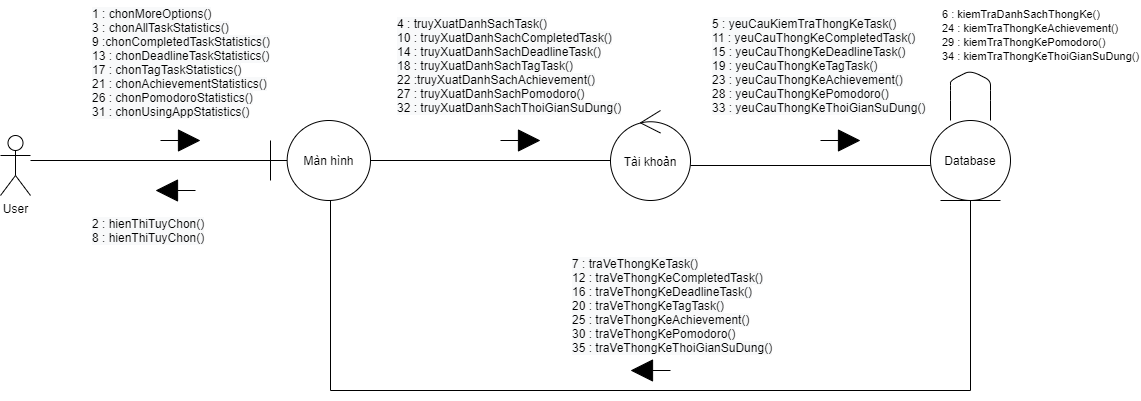
Earlier version of the draw.io export ToDoApp-Doc/Document/Diagram/Collaboration Diagram/Statistics/Statistics_CollaborationDiagram.png (Merevoli-DatLuu/To-Do-App). Source tidied: cells renumbered, new cells last; positions are measured from the earlier drawing's top-left corner, leaving out a move shared by most shapes.
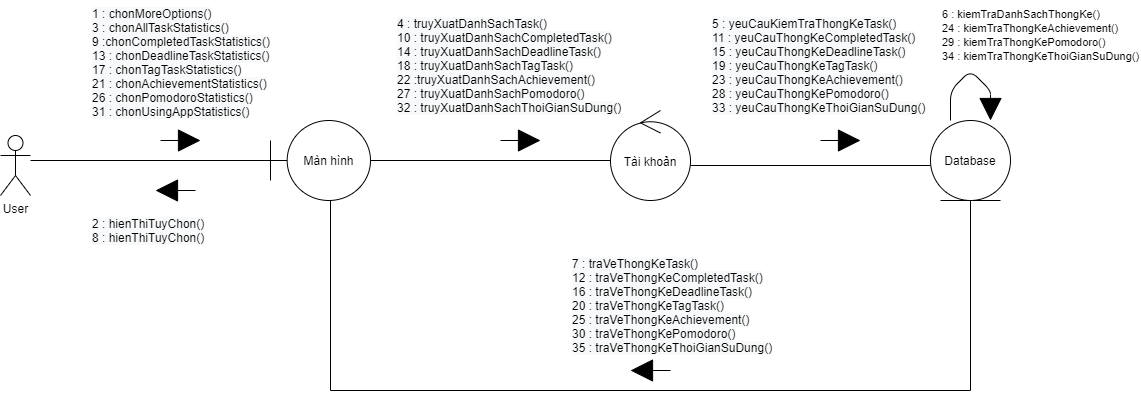
Above is the later version.

Commit message:
[Modified] : Statistics_CollaborationDiagram

Diff of the diagram source:
```diff
@@ -20,19 +20,6 @@
         <mxPoint x="200" y="140" as="targetPoint" />
       </mxGeometry>
     </mxCell>
-    <mxCell id="7" style="endArrow=none;html=1;" parent="1" edge="1">
-      <mxGeometry relative="1" as="geometry">
-        <mxPoint x="950" y="120" as="sourcePoint" />
-        <mxPoint x="990" y="120" as="targetPoint" />
-        <Array as="points">
-          <mxPoint x="950" y="90" />
-          <mxPoint x="950" y="80" />
-          <mxPoint x="970" y="70" />
-          <mxPoint x="990" y="80" />
-          <mxPoint x="990" y="90" />
-        </Array>
-      </mxGeometry>
-    </mxCell>
     <mxCell id="8" style="line;strokeWidth=1;dashed=0;labelPosition=right;align=left;verticalAlign=middle;spacingTop=0;spacingLeft=6;" parent="1" vertex="1">
       <mxGeometry x="30" y="155" width="240" height="10" as="geometry" />
     </mxCell>
@@ -98,5 +85,16 @@
     <mxCell id="24" value="&lt;span style=&quot;color: rgb(0 , 0 , 0) ; font-family: &amp;#34;helvetica&amp;#34; ; font-size: 12px ; font-style: normal ; font-weight: 400 ; letter-spacing: normal ; text-align: center ; text-indent: 0px ; text-transform: none ; word-spacing: 0px ; background-color: rgb(248 , 249 , 250) ; display: inline ; float: none&quot;&gt;7 : traVeThongKeTask()&lt;br&gt;&lt;span style=&quot;font-family: &amp;#34;helvetica&amp;#34;&quot;&gt;12 : traVeThongKeCompletedTask()&lt;br&gt;&lt;/span&gt;&lt;span style=&quot;font-family: &amp;#34;helvetica&amp;#34;&quot;&gt;16 : traVeThongKeDeadlineTask()&lt;br&gt;&lt;/span&gt;&lt;span style=&quot;font-family: &amp;#34;helvetica&amp;#34;&quot;&gt;20 : traVeThongKeTagTask()&lt;br&gt;&lt;/span&gt;25 : traVeThongKeAchievement()&lt;br&gt;&lt;span&gt;30 : traVeThongKePomodoro()&lt;br&gt;&lt;/span&gt;&lt;span&gt;35 : traVeThongKeThoiGianSuDung()&lt;/span&gt;&lt;br&gt;&lt;/span&gt;" style="text;whiteSpace=wrap;html=1;" parent="1" vertex="1">
       <mxGeometry x="570" y="250" width="210" height="110" as="geometry" />
     </mxCell>
+    <mxCell id="25" style="html=1;verticalAlign=bottom;endArrow=block;endSize=20;" parent="1" edge="1">
+      <mxGeometry relative="1" as="geometry">
+        <mxPoint x="950" y="120" as="sourcePoint" />
+        <mxPoint x="990" y="120" as="targetPoint" />
+        <Array as="points">
+          <mxPoint x="950" y="90" />
+          <mxPoint x="970" y="70" />
+          <mxPoint x="990" y="90" />
+        </Array>
+      </mxGeometry>
+    </mxCell>
   </root>
 </mxGraphModel>
```
